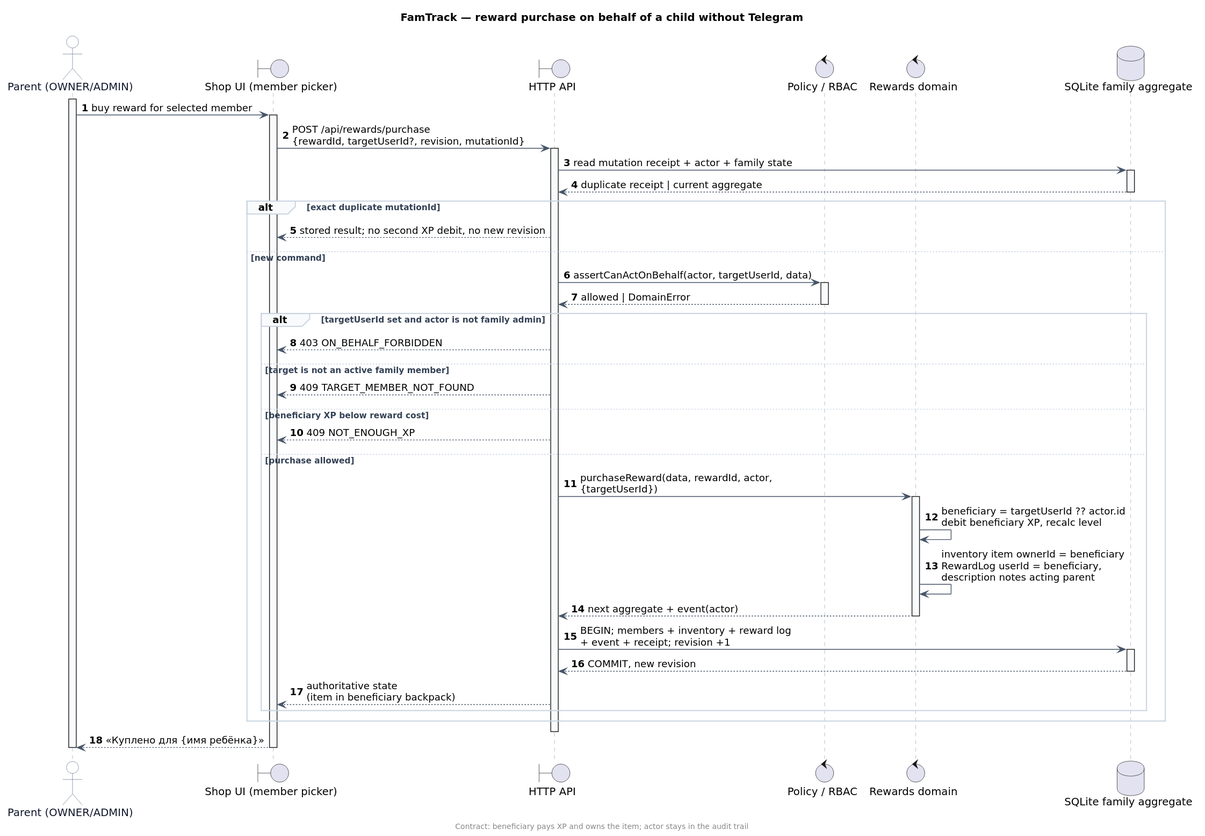
Earlier version of the PlantUML export docs/architecture/diagrams/adr-011/seq_purchase_reward_on_behalf.svg (NaqpaniA/FamTrack).
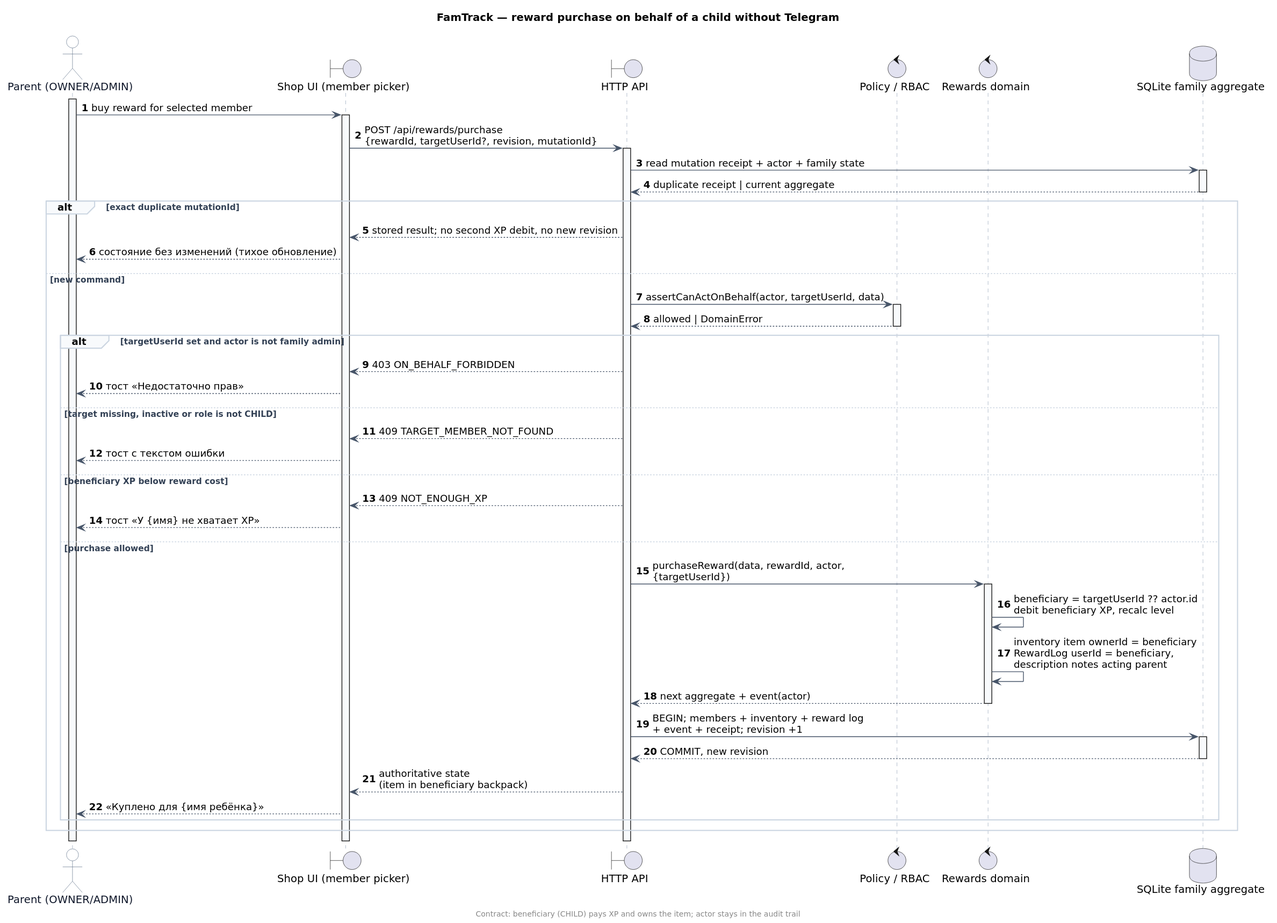
After the change.

Commit message:
docs: ADR 011/013 board-review corrections (round 2: system architect)

Change to the diagram source:
```diff
@@ -4,7 +4,7 @@
 
 autonumber
 title FamTrack — reward purchase on behalf of a child without Telegram
-footer Contract: beneficiary pays XP and owns the item; actor stays in the audit trail
+footer Contract: beneficiary (CHILD) pays XP and owns the item; actor stays in the audit trail
 
 actor "Parent (OWNER/ADMIN)" as actor
 boundary "Shop UI (member picker)" as ui
@@ -25,6 +25,7 @@
 
 alt exact duplicate mutationId
   api --> ui : stored result; no second XP debit, no new revision
+  ui --> actor : состояние без изменений (тихое обновление)
 else new command
   api -> rbac : assertCanActOnBehalf(actor, targetUserId, data)
   activate rbac
@@ -33,10 +34,13 @@
 
   alt targetUserId set and actor is not family admin
     api --> ui : 403 ON_BEHALF_FORBIDDEN
-  else target is not an active family member
+    ui --> actor : тост «Недостаточно прав»
+  else target missing, inactive or role is not CHILD
     api --> ui : 409 TARGET_MEMBER_NOT_FOUND
+    ui --> actor : тост с текстом ошибки
   else beneficiary XP below reward cost
     api --> ui : 409 NOT_ENOUGH_XP
+    ui --> actor : тост «У {имя} не хватает XP»
   else purchase allowed
     api -> rewards : purchaseReward(data, rewardId, actor,\n{targetUserId})
     activate rewards
@@ -49,11 +53,11 @@
     db --> api : COMMIT, new revision
     deactivate db
     api --> ui : authoritative state\n(item in beneficiary backpack)
+    ui --> actor : «Куплено для {имя ребёнка}»
   end
 end
 
 deactivate api
-ui --> actor : «Куплено для {имя ребёнка}»
 deactivate ui
 deactivate actor
 @enduml
```
